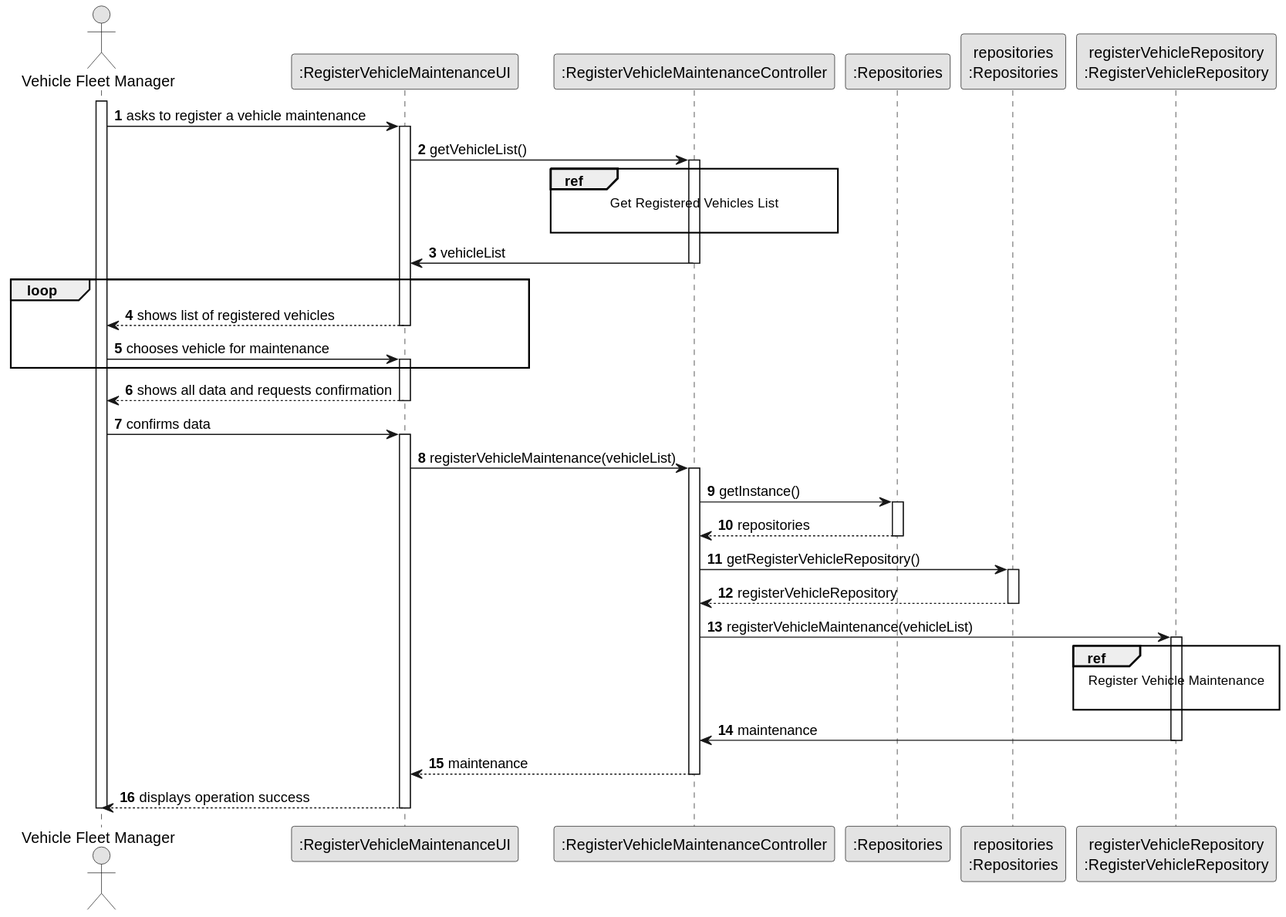
diogoveirospro/lei-24-s2-1dg-g072 keeps this PlantUML diagram as docs/sprintB/us007/03.design/svg/us007-sequence-diagram-split.svg. Above is the earlier version.
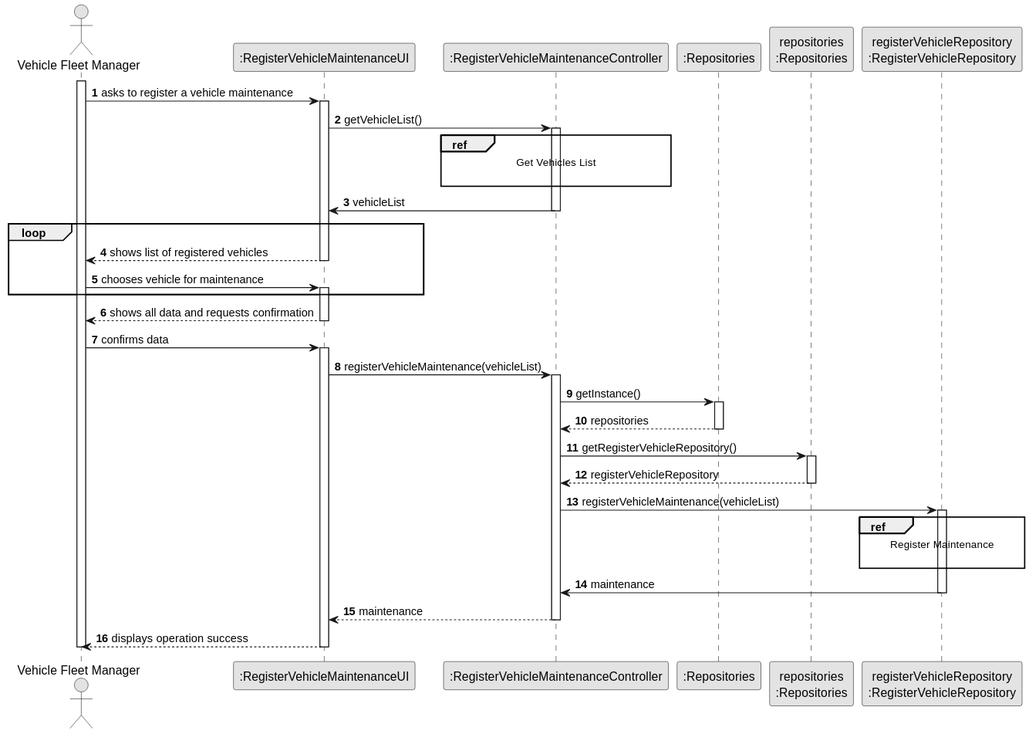
After the change.

What changed in the source:
```diff
@@ -20,7 +20,7 @@
         UI -> CTRL : getVehicleList()
             activate CTRL
             ref over CTRL
-                Get Registered Vehicles List
+                Get Vehicles List
 
             end ref
             CTRL -> UI : vehicleList
@@ -57,7 +57,7 @@
                             activate RegisterVehicleRepository
 
                             ref over RegisterVehicleRepository
-                                Register Vehicle Maintenance
+                                Register Maintenance
 
                             end ref
 
```
